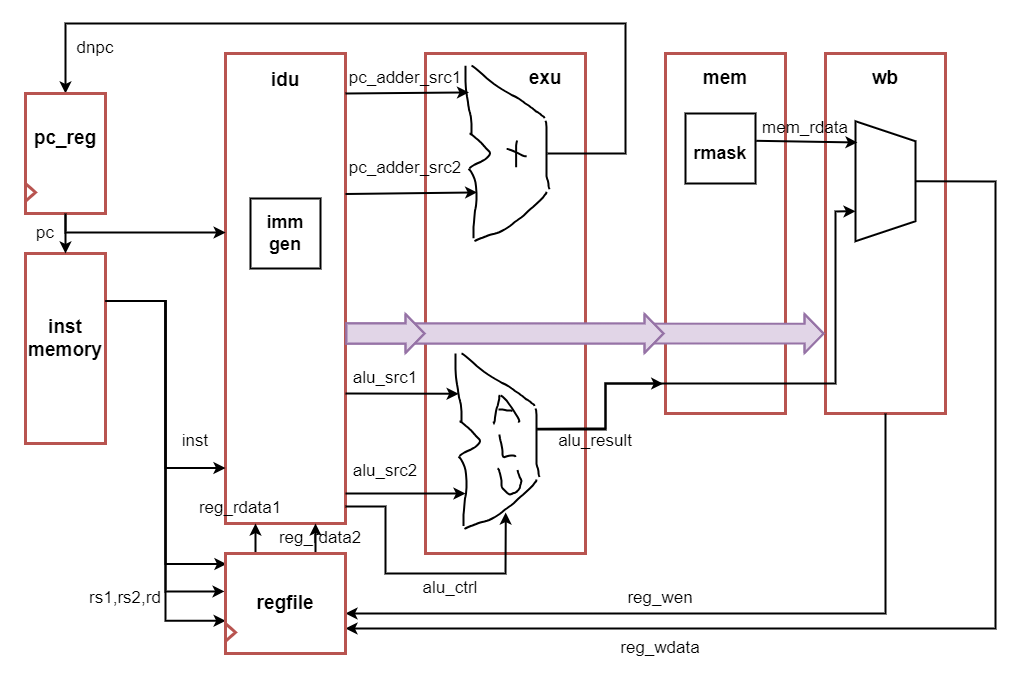
Before: figs/rv32e-sc.drawio.png, a diagram exported from draw.io (xinchen13/ysyx). Source tidied: cells renumbered, new cells last; positions are measured from the earlier drawing's top-left corner, leaving out a move shared by most shapes.
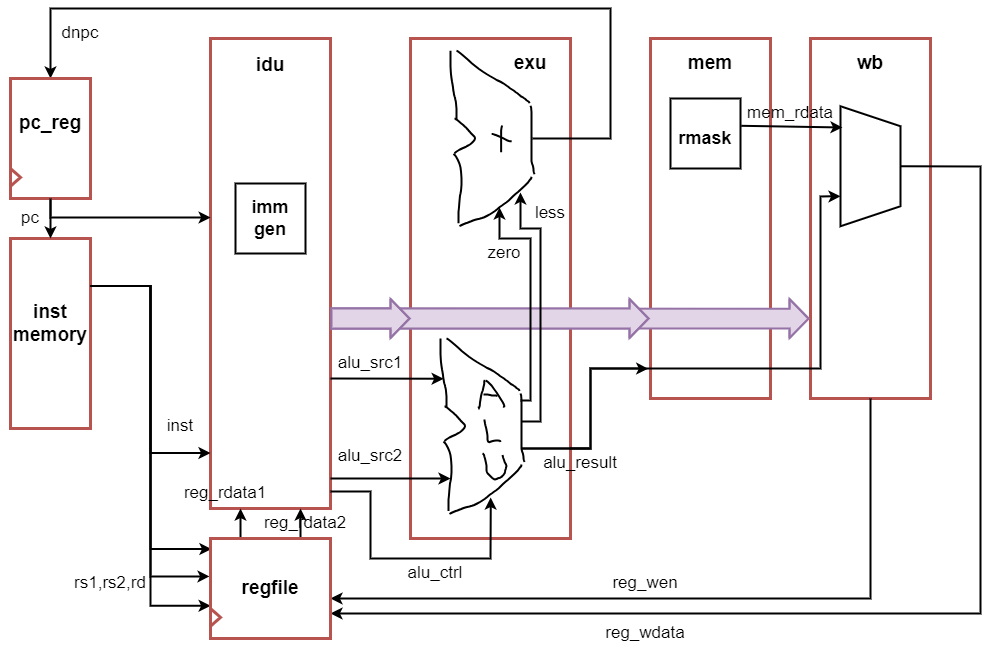
The same file after the commit.

Change to the diagram source:
```diff
@@ -120,16 +120,6 @@
     <mxCell id="33" style="shape=(stored shape, 664 characters);fillColor=none;strokeColor=default;strokeWidth=2;" parent="22" vertex="1">
       <mxGeometry x="42" y="115" width="24" height="26" as="geometry" />
     </mxCell>
-    <mxCell id="34" style="edgeStyle=none;jettySize=auto;html=1;rounded=0;entryX=0.586;entryY=0.384;entryDx=0;entryDy=0;entryPerimeter=0;strokeWidth=2;" parent="1" edge="1" target="14">
-      <mxGeometry relative="1" as="geometry">
-        <mxPoint x="330" y="70" as="sourcePoint" />
-      </mxGeometry>
-    </mxCell>
-    <mxCell id="35" style="edgeStyle=none;jettySize=auto;html=1;rounded=0;entryX=1.083;entryY=0.341;entryDx=0;entryDy=0;entryPerimeter=0;strokeWidth=2;" parent="1" edge="1" target="16">
-      <mxGeometry relative="1" as="geometry">
-        <mxPoint x="330" y="170.5" as="sourcePoint" />
-      </mxGeometry>
-    </mxCell>
     <mxCell id="36" style="edgeStyle=none;rounded=0;jettySize=auto;html=1;exitX=0.5;exitY=1;exitDx=0;exitDy=0;entryX=0.5;entryY=0;entryDx=0;entryDy=0;strokeWidth=2;" parent="1" edge="1" target="6">
       <mxGeometry relative="1" as="geometry">
         <mxPoint x="50" y="190" as="sourcePoint" />
@@ -164,16 +154,20 @@
     <mxCell id="42" style="edgeStyle=none;rounded=0;jettySize=auto;html=1;exitX=1.011;exitY=0.39;exitDx=0;exitDy=0;entryX=0.177;entryY=0.967;entryDx=0;entryDy=0;entryPerimeter=0;strokeWidth=2;exitPerimeter=0;" parent="1" edge="1" source="66" target="41">
       <mxGeometry relative="1" as="geometry" />
     </mxCell>
-    <mxCell id="43" style="edgeStyle=none;rounded=0;jettySize=auto;html=1;exitX=1;exitY=0.75;exitDx=0;exitDy=0;entryX=-0.019;entryY=0.917;entryDx=0;entryDy=0;entryPerimeter=0;strokeWidth=2;" parent="1" edge="1" source="4" target="3">
+    <mxCell id="43" style="edgeStyle=none;rounded=0;jettySize=auto;html=1;entryX=-0.019;entryY=0.917;entryDx=0;entryDy=0;entryPerimeter=0;strokeWidth=2;" parent="1" edge="1" target="3">
       <mxGeometry relative="1" as="geometry">
+        <mxPoint x="570" y="440" as="sourcePoint" />
         <Array as="points">
+          <mxPoint x="590" y="440" />
           <mxPoint x="590" y="405" />
           <mxPoint x="590" y="360" />
         </Array>
       </mxGeometry>
     </mxCell>
-    <mxCell id="44" style="edgeStyle=none;rounded=0;jettySize=auto;html=1;exitX=1;exitY=0.75;exitDx=0;exitDy=0;entryX=0.363;entryY=0.296;entryDx=0;entryDy=0;entryPerimeter=0;endArrow=none;endFill=0;strokeWidth=2;" parent="1" edge="1" source="4" target="27">
-      <mxGeometry relative="1" as="geometry" />
+    <mxCell id="44" style="edgeStyle=none;rounded=0;jettySize=auto;html=1;entryX=0.25;entryY=0.803;entryDx=0;entryDy=0;entryPerimeter=0;endArrow=none;endFill=0;strokeWidth=2;" parent="1" edge="1" target="27">
+      <mxGeometry relative="1" as="geometry">
+        <mxPoint x="590" y="440" as="sourcePoint" />
+      </mxGeometry>
     </mxCell>
     <mxCell id="45" style="edgeStyle=none;rounded=0;orthogonalLoop=1;jettySize=auto;html=1;entryX=0.5;entryY=0;entryDx=0;entryDy=0;strokeWidth=2;" parent="1" edge="1">
       <mxGeometry relative="1" as="geometry">
@@ -186,10 +180,10 @@
         </Array>
       </mxGeometry>
     </mxCell>
-    <mxCell id="46" style="endArrow=classic;html=1;rounded=0;exitX=0.5;exitY=0.307;exitDx=0;exitDy=0;exitPerimeter=0;entryX=0.75;entryY=1;entryDx=0;entryDy=0;strokeWidth=2;" parent="1" edge="1" source="27" target="41">
+    <mxCell id="46" style="endArrow=classic;html=1;rounded=0;exitX=0.25;exitY=0.803;exitDx=0;exitDy=0;exitPerimeter=0;entryX=0.75;entryY=1;entryDx=0;entryDy=0;strokeWidth=2;" parent="1" edge="1" source="27" target="41">
       <mxGeometry relative="1" as="geometry">
         <Array as="points">
-          <mxPoint x="590" y="406" />
+          <mxPoint x="590" y="440" />
           <mxPoint x="590" y="360" />
           <mxPoint x="820" y="360" />
           <mxPoint x="820" y="188" />
@@ -229,17 +223,11 @@
       <mxGeometry x="80" y="560" width="60" height="30" as="geometry" />
     </mxCell>
     <mxCell id="56" value="&lt;font style=&quot;font-size: 17px;&quot;&gt;alu_result&lt;/font&gt;" style="text;strokeColor=none;align=center;fillColor=none;html=1;verticalAlign=middle;whiteSpace=wrap;rounded=0;" parent="1" vertex="1">
-      <mxGeometry x="550" y="403" width="60" height="30" as="geometry" />
+      <mxGeometry x="550" y="440" width="60" height="30" as="geometry" />
     </mxCell>
     <mxCell id="57" value="&lt;font style=&quot;font-size: 17px;&quot;&gt;reg_wdata&lt;/font&gt;" style="text;strokeColor=none;align=center;fillColor=none;html=1;verticalAlign=middle;whiteSpace=wrap;rounded=0;" parent="1" vertex="1">
       <mxGeometry x="600" y="610" width="90" height="30" as="geometry" />
     </mxCell>
-    <mxCell id="58" value="&lt;font style=&quot;font-size: 17px;&quot;&gt;pc_adder_src1&lt;/font&gt;" style="text;strokeColor=none;align=center;fillColor=none;html=1;verticalAlign=middle;whiteSpace=wrap;rounded=0;" parent="1" vertex="1">
-      <mxGeometry x="330" y="40" width="120" height="30" as="geometry" />
-    </mxCell>
-    <mxCell id="59" value="&lt;font style=&quot;font-size: 17px;&quot;&gt;pc_adder_src2&lt;/font&gt;" style="text;strokeColor=none;align=center;fillColor=none;html=1;verticalAlign=middle;whiteSpace=wrap;rounded=0;" parent="1" vertex="1">
-      <mxGeometry x="330" y="130" width="120" height="30" as="geometry" />
-    </mxCell>
     <mxCell id="60" value="&lt;font style=&quot;font-size: 17px;&quot;&gt;alu_src1&lt;/font&gt;" style="text;strokeColor=none;align=center;fillColor=none;html=1;verticalAlign=middle;whiteSpace=wrap;rounded=0;" parent="1" vertex="1">
       <mxGeometry x="320" y="340" width="100" height="30" as="geometry" />
     </mxCell>
@@ -336,5 +324,30 @@
         </Array>
       </mxGeometry>
     </mxCell>
+    <mxCell id="83" style="endArrow=classic;html=1;rounded=0;exitX=0;exitY=0.102;exitDx=0;exitDy=0;exitPerimeter=0;entryX=0.556;entryY=0.621;entryDx=0;entryDy=0;entryPerimeter=0;strokeWidth=2;" parent="1" edge="1" source="27" target="19">
+      <mxGeometry relative="1" as="geometry">
+        <Array as="points">
+          <mxPoint x="530" y="392" />
+          <mxPoint x="530" y="230" />
+          <mxPoint x="499" y="230" />
+        </Array>
+      </mxGeometry>
+    </mxCell>
+    <mxCell id="84" style="endArrow=classic;html=1;rounded=0;exitX=0.25;exitY=0.409;exitDx=0;exitDy=0;exitPerimeter=0;entryX=0.847;entryY=0.318;entryDx=0;entryDy=0;entryPerimeter=0;strokeWidth=2;" parent="1" edge="1" source="27" target="19">
+      <mxGeometry relative="1" as="geometry">
+        <Array as="points">
+          <mxPoint x="540" y="413" />
+          <mxPoint x="540" y="260" />
+          <mxPoint x="540" y="220" />
+          <mxPoint x="520" y="220" />
+        </Array>
+      </mxGeometry>
+    </mxCell>
+    <mxCell id="85" value="&lt;font style=&quot;font-size: 17px;&quot;&gt;zero&lt;/font&gt;" style="text;strokeColor=none;align=center;fillColor=none;html=1;verticalAlign=middle;whiteSpace=wrap;rounded=0;" parent="1" vertex="1">
+      <mxGeometry x="474" y="230" width="60" height="30" as="geometry" />
+    </mxCell>
+    <mxCell id="86" value="&lt;font style=&quot;font-size: 17px;&quot;&gt;less&lt;/font&gt;" style="text;strokeColor=none;align=center;fillColor=none;html=1;verticalAlign=middle;whiteSpace=wrap;rounded=0;" parent="1" vertex="1">
+      <mxGeometry x="520" y="190" width="60" height="30" as="geometry" />
+    </mxCell>
   </root>
 </mxGraphModel>
```
